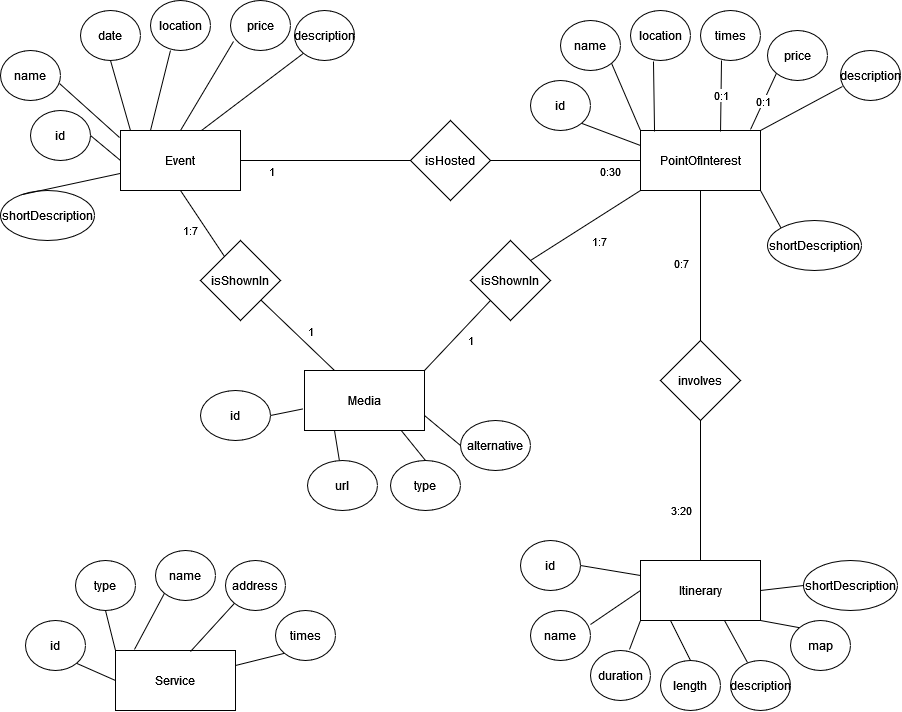
Above: Design-part/database-graph.png in SebastianCastellano/Hypermedia-Project (draw.io), before the change. Source tidied: cells renumbered, new cells last; positions are measured from the earlier drawing's top-left corner, leaving out a move shared by most shapes.
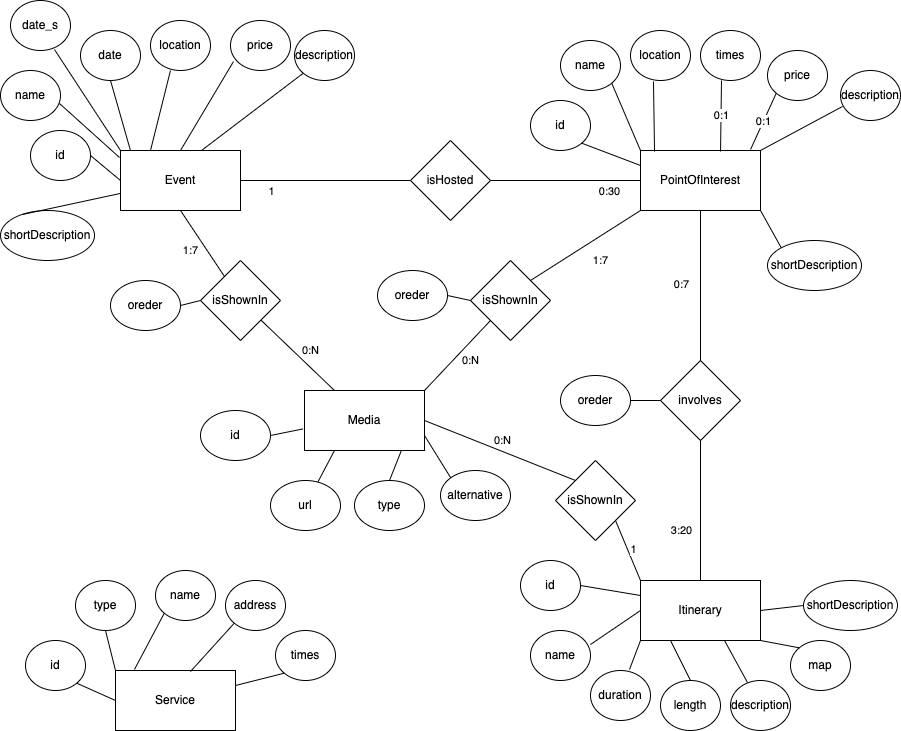
After the commit.

What changed in the source:
```diff
@@ -215,15 +215,15 @@
       <mxGeometry x="200" y="390" width="70" height="50" as="geometry" />
     </mxCell>
     <mxCell id="70" value="url" style="ellipse;whiteSpace=wrap;html=1;" parent="1" vertex="1">
-      <mxGeometry x="307" y="460" width="70" height="50" as="geometry" />
+      <mxGeometry x="270" y="460" width="70" height="50" as="geometry" />
     </mxCell>
     <mxCell id="71" value="type" style="ellipse;whiteSpace=wrap;html=1;" parent="1" vertex="1">
-      <mxGeometry x="390" y="460" width="70" height="50" as="geometry" />
+      <mxGeometry x="354" y="460" width="70" height="50" as="geometry" />
     </mxCell>
     <mxCell id="72" value="alternative" style="ellipse;whiteSpace=wrap;html=1;" parent="1" vertex="1">
-      <mxGeometry x="460" y="420" width="70" height="50" as="geometry" />
+      <mxGeometry x="440" y="450" width="70" height="50" as="geometry" />
     </mxCell>
-    <mxCell id="73" style="endArrow=none;html=1;rounded=0;exitX=1;exitY=0.75;exitDx=0;exitDy=0;entryX=0;entryY=0.5;entryDx=0;entryDy=0;" parent="1" edge="1" source="68" target="72">
+    <mxCell id="73" style="endArrow=none;html=1;rounded=0;exitX=1;exitY=0.75;exitDx=0;exitDy=0;entryX=0;entryY=0;entryDx=0;entryDy=0;" parent="1" edge="1" source="68" target="72">
       <mxGeometry relative="1" as="geometry" />
     </mxCell>
     <mxCell id="74" style="endArrow=none;html=1;rounded=0;exitX=-0.012;exitY=0.64;exitDx=0;exitDy=0;entryX=1;entryY=0.5;entryDx=0;entryDy=0;exitPerimeter=0;" parent="1" edge="1" source="68" target="69">
@@ -248,14 +248,57 @@
         </Array>
       </mxGeometry>
     </mxCell>
-    <mxCell id="80" value="1" style="endArrow=none;html=1;rounded=0;entryX=0.25;entryY=0;entryDx=0;entryDy=0;" parent="1" edge="1" source="77" target="68">
+    <mxCell id="80" value="0:N" style="endArrow=none;html=1;rounded=0;entryX=0.25;entryY=0;entryDx=0;entryDy=0;" parent="1" edge="1" source="77" target="68">
       <mxGeometry x="0.12" y="12" relative="1" as="geometry" />
     </mxCell>
-    <mxCell id="81" value="1" style="endArrow=none;html=1;rounded=0;entryX=0;entryY=1;entryDx=0;entryDy=0;exitX=1;exitY=0;exitDx=0;exitDy=0;" parent="1" edge="1" source="68" target="78">
+    <mxCell id="81" value="0:N" style="endArrow=none;html=1;rounded=0;entryX=0;entryY=1;entryDx=0;entryDy=0;exitX=1;exitY=0;exitDx=0;exitDy=0;" parent="1" edge="1" source="68" target="78">
       <mxGeometry x="0.11" y="-13" relative="1" as="geometry" />
     </mxCell>
     <mxCell id="82" value="1:7" style="endArrow=none;html=1;rounded=0;entryX=0;entryY=1;entryDx=0;entryDy=0;exitX=1;exitY=0;exitDx=0;exitDy=0;" parent="1" edge="1" source="78" target="3">
       <mxGeometry x="0.07" y="-21" relative="1" as="geometry" />
     </mxCell>
+    <mxCell id="83" value="date_s" style="ellipse;whiteSpace=wrap;html=1;" parent="1" vertex="1">
+      <mxGeometry x="10" y="-20" width="60" height="50" as="geometry" />
+    </mxCell>
+    <mxCell id="84" style="endArrow=none;html=1;rounded=0;exitX=0;exitY=0;exitDx=0;exitDy=0;entryX=0.733;entryY=0.98;entryDx=0;entryDy=0;entryPerimeter=0;" parent="1" edge="1" source="2" target="83">
+      <mxGeometry relative="1" as="geometry" />
+    </mxCell>
+    <mxCell id="85" value="oreder" style="ellipse;whiteSpace=wrap;html=1;" parent="1" vertex="1">
+      <mxGeometry x="560" y="355" width="70" height="50" as="geometry" />
+    </mxCell>
+    <mxCell id="86" style="endArrow=none;html=1;rounded=0;entryX=1;entryY=0.5;entryDx=0;entryDy=0;exitX=0;exitY=0.5;exitDx=0;exitDy=0;" parent="1" edge="1" source="16" target="85">
+      <mxGeometry relative="1" as="geometry" />
+    </mxCell>
+    <mxCell id="87" value="oreder" style="ellipse;whiteSpace=wrap;html=1;" parent="1" vertex="1">
+      <mxGeometry x="377" y="250" width="70" height="50" as="geometry" />
+    </mxCell>
+    <mxCell id="88" value="oreder" style="ellipse;whiteSpace=wrap;html=1;" parent="1" vertex="1">
+      <mxGeometry x="110" y="260" width="70" height="50" as="geometry" />
+    </mxCell>
+    <mxCell id="89" style="endArrow=none;html=1;rounded=0;entryX=1;entryY=0.5;entryDx=0;entryDy=0;exitX=0;exitY=0.5;exitDx=0;exitDy=0;" parent="1" edge="1" source="78" target="87">
+      <mxGeometry relative="1" as="geometry" />
+    </mxCell>
+    <mxCell id="90" style="endArrow=none;html=1;rounded=0;entryX=1;entryY=0.5;entryDx=0;entryDy=0;exitX=0;exitY=0.5;exitDx=0;exitDy=0;" parent="1" edge="1" source="77" target="88">
+      <mxGeometry relative="1" as="geometry" />
+    </mxCell>
+    <mxCell id="91" value="isShownIn" style="rhombus;whiteSpace=wrap;html=1;" parent="1" vertex="1">
+      <mxGeometry x="555" y="440" width="80" height="80" as="geometry" />
+    </mxCell>
+    <mxCell id="92" style="endArrow=none;html=1;rounded=0;exitX=1;exitY=0.5;exitDx=0;exitDy=0;entryX=0;entryY=0;entryDx=0;entryDy=0;" parent="1" edge="1" source="68" target="91">
+      <mxGeometry relative="1" as="geometry" />
+    </mxCell>
+    <mxCell id="93" value="0:N" style="edgeLabel;html=1;align=center;verticalAlign=middle;" parent="92" vertex="1">
+      <mxGeometry x="0.03" y="-2" relative="1" as="geometry">
+        <mxPoint y="-13" as="offset" />
+      </mxGeometry>
+    </mxCell>
+    <mxCell id="94" style="endArrow=none;html=1;rounded=0;exitX=1;exitY=1;exitDx=0;exitDy=0;entryX=0;entryY=0;entryDx=0;entryDy=0;" parent="1" edge="1" source="91" target="4">
+      <mxGeometry relative="1" as="geometry" />
+    </mxCell>
+    <mxCell id="95" value="1" style="edgeLabel;html=1;align=center;verticalAlign=middle;" parent="94" vertex="1">
+      <mxGeometry x="-0.01" y="2" relative="1" as="geometry">
+        <mxPoint x="3" as="offset" />
+      </mxGeometry>
+    </mxCell>
   </root>
 </mxGraphModel>
```
